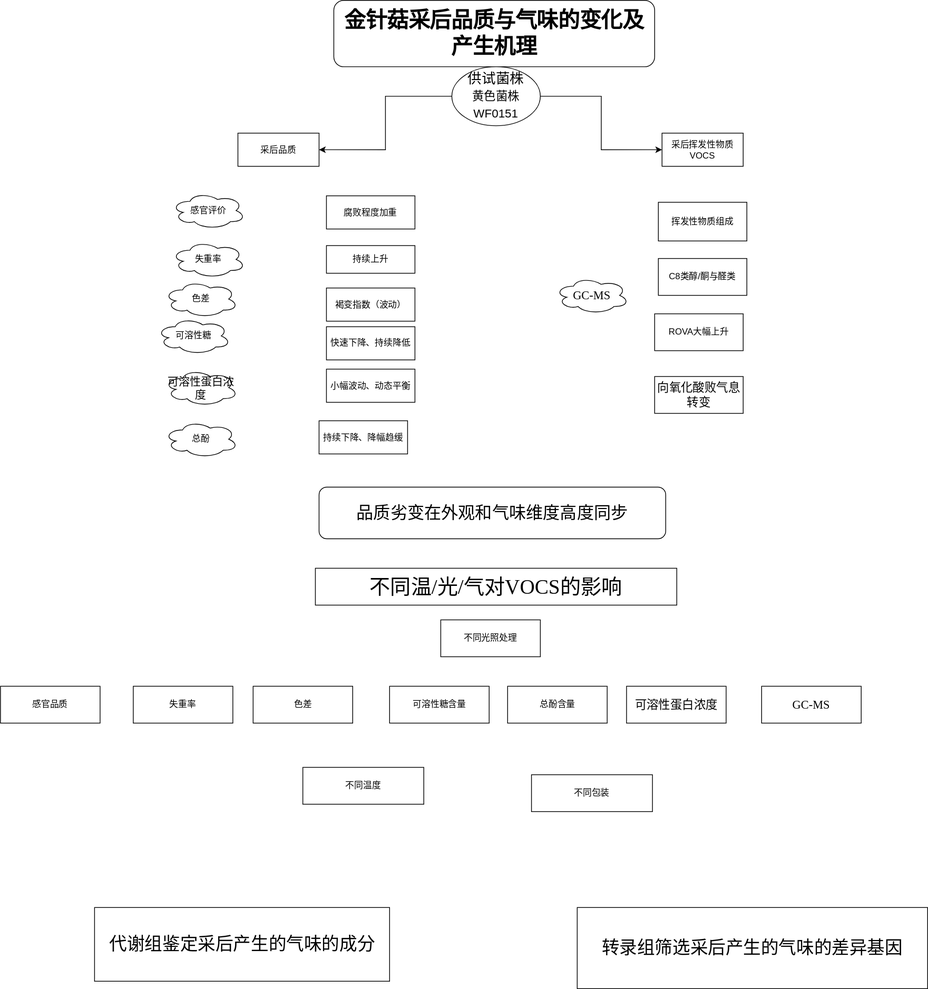
Earlier version of the draw.io export BBBY.svg (Darling-02-02/study). Source tidied: cells renumbered, new cells last; positions are measured from the earlier drawing's top-left corner, leaving out a move shared by most shapes.
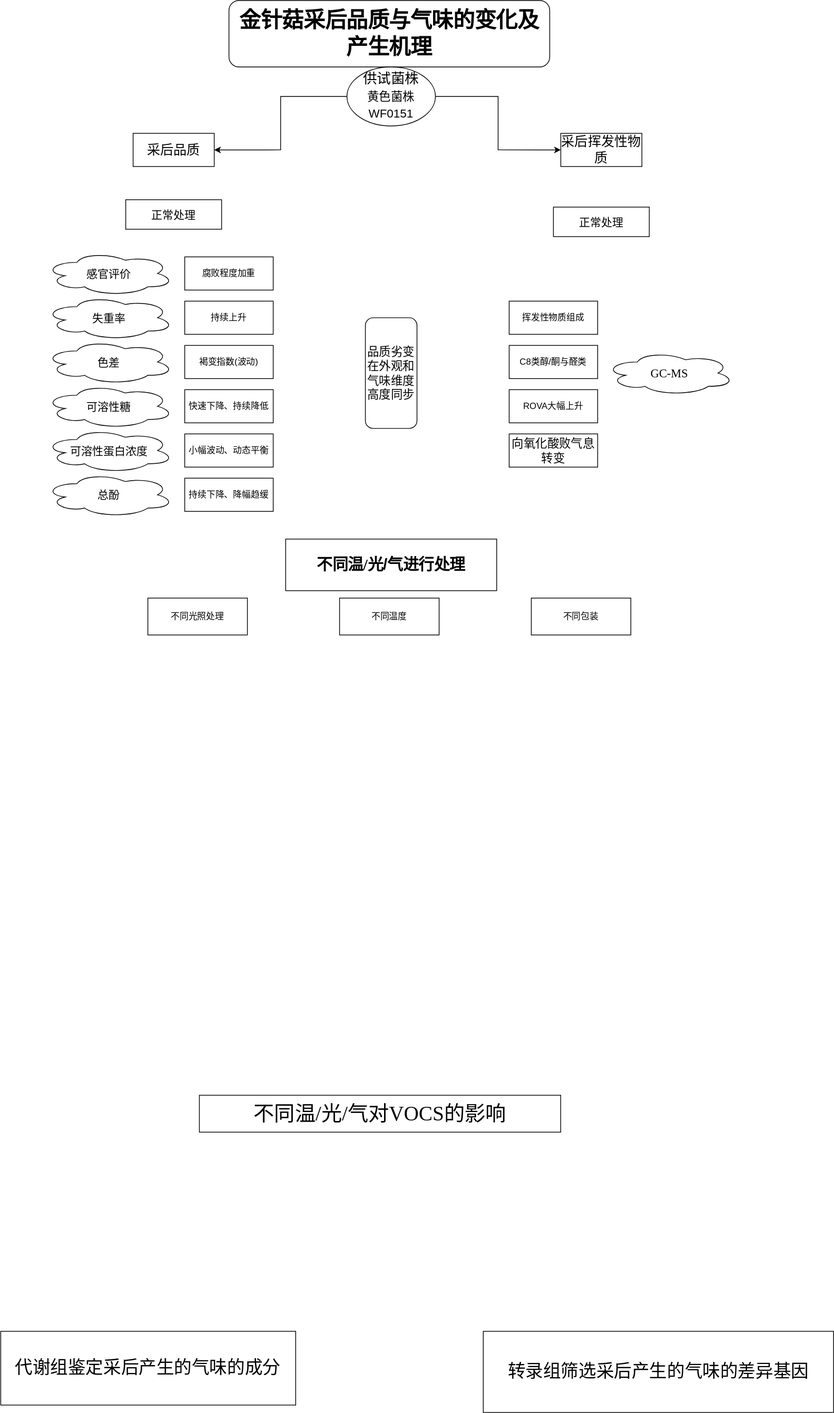
After the commit.

The edit, as a diff of the source:
```diff
@@ -5,116 +5,107 @@
     <mxCell id="2" value="&lt;b&gt;&lt;span style=&quot;font-size:22.0pt;font-family:黑体;&lt;br/&gt;mso-hansi-font-family:Calibri;mso-hansi-theme-font:minor-latin;mso-bidi-font-family:&lt;br/&gt;&amp;quot;Times New Roman&amp;quot;;mso-bidi-theme-font:minor-bidi;mso-font-kerning:1.0pt;&lt;br/&gt;mso-ansi-language:EN-US;mso-fareast-language:ZH-CN;mso-bidi-language:AR-SA&quot;&gt;金针菇采后品质与气味的变化及产生机理&lt;/span&gt;&lt;/b&gt;" style="rounded=1;whiteSpace=wrap;html=1;" parent="1" vertex="1">
       <mxGeometry x="452" width="435" height="90" as="geometry" />
     </mxCell>
-    <mxCell id="3" value="采后品质" style="rounded=0;whiteSpace=wrap;html=1;" parent="1" vertex="1">
+    <mxCell id="3" value="&lt;font style=&quot;font-size: 18px;&quot;&gt;采后品质&lt;/font&gt;" style="rounded=0;whiteSpace=wrap;html=1;" parent="1" vertex="1">
       <mxGeometry x="322" y="180" width="110" height="45" as="geometry" />
     </mxCell>
-    <mxCell id="4" value="采后挥发性物质VOCS" style="rounded=0;whiteSpace=wrap;html=1;" parent="1" vertex="1">
-      <mxGeometry x="897" y="180" width="110" height="45" as="geometry" />
-    </mxCell>
-    <mxCell id="5" value="感官评价" style="ellipse;shape=cloud;whiteSpace=wrap;html=1;" parent="1" vertex="1">
-      <mxGeometry x="232" y="260" width="100" height="50" as="geometry" />
-    </mxCell>
-    <mxCell id="6" value="失重率" style="ellipse;shape=cloud;whiteSpace=wrap;html=1;" parent="1" vertex="1">
-      <mxGeometry x="232" y="326.2" width="100" height="50" as="geometry" />
-    </mxCell>
-    <mxCell id="7" value="色差" style="ellipse;shape=cloud;whiteSpace=wrap;html=1;" parent="1" vertex="1">
-      <mxGeometry x="222" y="380" width="100" height="50" as="geometry" />
-    </mxCell>
-    <mxCell id="8" value="可溶性糖" style="ellipse;shape=cloud;whiteSpace=wrap;html=1;" parent="1" vertex="1">
-      <mxGeometry x="212" y="430" width="100" height="50" as="geometry" />
-    </mxCell>
     <mxCell id="9" value="&lt;span style=&quot;font-family: 黑体; text-transform: uppercase;&quot;&gt;&lt;font style=&quot;font-size: 15px;&quot;&gt;可溶性蛋白浓度&lt;/font&gt;&lt;/span&gt;" style="ellipse;shape=cloud;whiteSpace=wrap;html=1;" parent="1" vertex="1">
-      <mxGeometry x="222" y="500" width="100" height="50" as="geometry" />
+      <mxGeometry x="202" y="580" width="175" height="60" as="geometry" />
     </mxCell>
     <mxCell id="10" style="edgeStyle=orthogonalEdgeStyle;rounded=0;jettySize=auto;html=1;entryX=1;entryY=0.5;entryDx=0;entryDy=0;" parent="1" edge="1" source="12" target="3">
       <mxGeometry relative="1" as="geometry" />
     </mxCell>
-    <mxCell id="11" style="edgeStyle=orthogonalEdgeStyle;rounded=0;jettySize=auto;html=1;entryX=0;entryY=0.5;entryDx=0;entryDy=0;" parent="1" edge="1" source="12" target="4">
-      <mxGeometry relative="1" as="geometry" />
-    </mxCell>
+    <mxCell id="40" style="edgeStyle=orthogonalEdgeStyle;rounded=0;jettySize=auto;html=1;entryX=0;entryY=0.5;entryDx=0;entryDy=0;" parent="1" edge="1" source="12" target="45">
+      <mxGeometry relative="1" as="geometry" />
+    </mxCell>
     <mxCell id="12" value="&lt;font style=&quot;font-size: 19px;&quot;&gt;供试菌株&lt;/font&gt;&lt;div&gt;&lt;font style=&quot;font-size: 19px;&quot;&gt;&lt;span style=&quot;font-size:12.0pt;font-family:宋体;&lt;br/&gt;mso-ascii-font-family:&amp;quot;Times New Roman&amp;quot;;mso-fareast-theme-font:minor-fareast;&lt;br/&gt;mso-hansi-font-family:&amp;quot;Times New Roman&amp;quot;;mso-bidi-font-family:&amp;quot;Times New Roman&amp;quot;;&lt;br/&gt;mso-font-kerning:1.0pt;mso-ansi-language:EN-US;mso-fareast-language:ZH-CN;&lt;br/&gt;mso-bidi-language:AR-SA&quot;&gt;黄色菌株&lt;/span&gt;&lt;span lang=&quot;EN-US&quot; style=&quot;font-size:12.0pt;&lt;br/&gt;font-family:&amp;quot;Times New Roman&amp;quot;,serif;mso-fareast-font-family:宋体;mso-fareast-theme-font:&lt;br/&gt;minor-fareast;mso-font-kerning:1.0pt;mso-ansi-language:EN-US;mso-fareast-language:&lt;br/&gt;ZH-CN;mso-bidi-language:AR-SA&quot;&gt;WF0151&lt;/span&gt;&lt;/font&gt;&lt;/div&gt;" style="ellipse;whiteSpace=wrap;html=1;" parent="1" vertex="1">
       <mxGeometry x="612" y="90" width="120" height="80" as="geometry" />
     </mxCell>
-    <mxCell id="13" value="总酚" style="ellipse;shape=cloud;whiteSpace=wrap;html=1;" parent="1" vertex="1">
-      <mxGeometry x="222" y="570" width="100" height="50" as="geometry" />
-    </mxCell>
     <mxCell id="14" value="&lt;font face=&quot;Times New Roman&quot; style=&quot;font-size: 28px;&quot;&gt;不同温&lt;span lang=&quot;EN-US&quot; style=&quot;&quot;&gt;/&lt;/span&gt;光&lt;span lang=&quot;EN-US&quot; style=&quot;&quot;&gt;/&lt;/span&gt;气对&lt;span lang=&quot;EN-US&quot; style=&quot;&quot;&gt;VOCS&lt;/span&gt;的影响&lt;/font&gt;" style="rounded=0;whiteSpace=wrap;html=1;" parent="1" vertex="1">
-      <mxGeometry x="427" y="770" width="490" height="50" as="geometry" />
+      <mxGeometry x="411.9" y="1484" width="490" height="50" as="geometry" />
     </mxCell>
     <mxCell id="15" value="&lt;font style=&quot;font-size: 24px;&quot;&gt;代谢组鉴定采后产生的气味的成分&lt;/font&gt;" style="rounded=0;whiteSpace=wrap;html=1;" parent="1" vertex="1">
-      <mxGeometry x="127.6" y="1230" width="400" height="100" as="geometry" />
+      <mxGeometry x="142.5" y="1804" width="400" height="100" as="geometry" />
     </mxCell>
     <mxCell id="16" value="&lt;font style=&quot;font-size: 24px;&quot;&gt;转录组筛选采后产生的气味的差异基因&lt;/font&gt;" style="rounded=0;whiteSpace=wrap;html=1;" parent="1" vertex="1">
-      <mxGeometry x="782" y="1230" width="475" height="110" as="geometry" />
+      <mxGeometry x="796.9" y="1804" width="475" height="110" as="geometry" />
     </mxCell>
-    <mxCell id="17" value="&lt;span style=&quot;font-size:12.0pt;font-family:黑体;&amp;lt;br/&amp;gt;mso-ascii-font-family:&amp;quot;Times New Roman&amp;quot;;mso-hansi-font-family:&amp;quot;Times New Roman&amp;quot;;&amp;lt;br/&amp;gt;mso-bidi-font-family:&amp;quot;Times New Roman&amp;quot;;mso-bidi-theme-font:minor-bidi;&amp;lt;br/&amp;gt;mso-font-kerning:1.0pt;mso-ansi-language:EN-US;mso-fareast-language:ZH-CN;&amp;lt;br/&amp;gt;mso-bidi-language:AR-SA&quot;&gt;GC-MS&lt;/span&gt;" style="ellipse;shape=cloud;whiteSpace=wrap;html=1;" parent="1" vertex="1">
-      <mxGeometry x="752" y="375" width="100" height="50" as="geometry" />
-    </mxCell>
+    <mxCell id="23" value="持续下降、降幅趋缓" style="rounded=0;whiteSpace=wrap;html=1;" parent="1" vertex="1">
+      <mxGeometry x="392" y="647.5" width="120" height="45" as="geometry" />
+    </mxCell>
+    <mxCell id="28" value="&lt;font style=&quot;font-size: 16px;&quot;&gt;&lt;div style=&quot;text-align: center;&quot;&gt;品质劣变在外观和气味维度高度同步&lt;/div&gt;&lt;/font&gt;" style="rounded=1;whiteSpace=wrap;html=1;direction=south;" parent="1" vertex="1">
+      <mxGeometry x="637" y="430" width="70" height="150" as="geometry" />
+    </mxCell>
+    <mxCell id="29" style="edgeStyle=orthogonalEdgeStyle;rounded=0;orthogonalLoop=1;jettySize=auto;html=1;innerLoopWaypoints=1;exitX=0.5;exitY=1;exitDx=0;exitDy=0;" parent="1" edge="1">
+      <mxGeometry relative="1" as="geometry">
+        <mxPoint x="1106.3" y="462.5" as="sourcePoint" />
+        <mxPoint x="1106.3" y="462.5" as="targetPoint" />
+      </mxGeometry>
+    </mxCell>
+    <mxCell id="30" value="不同光照处理" style="rounded=0;whiteSpace=wrap;html=1;" parent="1" vertex="1">
+      <mxGeometry x="342" y="810" width="135" height="50" as="geometry" />
+    </mxCell>
+    <mxCell id="8" value="&lt;span style=&quot;font-family: 黑体; text-transform: uppercase;&quot;&gt;&lt;font style=&quot;font-size: 15px;&quot;&gt;可溶性糖&lt;/font&gt;&lt;/span&gt;" style="ellipse;shape=cloud;whiteSpace=wrap;html=1;" parent="1" vertex="1">
+      <mxGeometry x="202" y="520" width="175" height="60" as="geometry" />
+    </mxCell>
+    <mxCell id="13" value="&lt;span style=&quot;font-family: 黑体; text-transform: uppercase;&quot;&gt;&lt;font style=&quot;font-size: 15px;&quot;&gt;总酚&lt;/font&gt;&lt;/span&gt;" style="ellipse;shape=cloud;whiteSpace=wrap;html=1;" parent="1" vertex="1">
+      <mxGeometry x="202" y="640" width="175" height="60" as="geometry" />
+    </mxCell>
+    <mxCell id="41" value="&lt;span style=&quot;font-family: 黑体; text-transform: uppercase;&quot;&gt;&lt;font style=&quot;font-size: 15px;&quot;&gt;色差&lt;/font&gt;&lt;/span&gt;" style="ellipse;shape=cloud;whiteSpace=wrap;html=1;" parent="1" vertex="1">
+      <mxGeometry x="202" y="460" width="175" height="60" as="geometry" />
+    </mxCell>
+    <mxCell id="42" value="&lt;font face=&quot;黑体&quot;&gt;&lt;span style=&quot;font-size: 15px; text-transform: uppercase;&quot;&gt;失重率&lt;/span&gt;&lt;/font&gt;" style="ellipse;shape=cloud;whiteSpace=wrap;html=1;" parent="1" vertex="1">
+      <mxGeometry x="202" y="400" width="175" height="60" as="geometry" />
+    </mxCell>
+    <mxCell id="5" value="&lt;span style=&quot;font-family: 黑体; text-transform: uppercase;&quot;&gt;&lt;font style=&quot;font-size: 15px;&quot;&gt;感官评价&lt;/font&gt;&lt;/span&gt;" style="ellipse;shape=cloud;whiteSpace=wrap;html=1;" parent="1" vertex="1">
+      <mxGeometry x="202" y="340" width="175" height="60" as="geometry" />
+    </mxCell>
+    <mxCell id="22" value="小幅波动、动态平衡" style="rounded=0;whiteSpace=wrap;html=1;" parent="1" vertex="1">
+      <mxGeometry x="392" y="587.5" width="120" height="45" as="geometry" />
+    </mxCell>
+    <mxCell id="21" value="快速下降、持续降低" style="rounded=0;whiteSpace=wrap;html=1;" parent="1" vertex="1">
+      <mxGeometry x="392" y="527.5" width="120" height="45" as="geometry" />
+    </mxCell>
+    <mxCell id="43" value="褐变指数(波动)" style="rounded=0;whiteSpace=wrap;html=1;" parent="1" vertex="1">
+      <mxGeometry x="392" y="467.5" width="120" height="45" as="geometry" />
+    </mxCell>
+    <mxCell id="19" value="持续上升" style="rounded=0;whiteSpace=wrap;html=1;" parent="1" vertex="1">
+      <mxGeometry x="392" y="407.5" width="120" height="45" as="geometry" />
+    </mxCell>
     <mxCell id="18" value="腐败程度加重" style="rounded=0;whiteSpace=wrap;html=1;" parent="1" vertex="1">
-      <mxGeometry x="442" y="265" width="120" height="45" as="geometry" />
+      <mxGeometry x="392" y="347.5" width="120" height="45" as="geometry" />
     </mxCell>
-    <mxCell id="19" value="持续上升" style="rounded=0;whiteSpace=wrap;html=1;" parent="1" vertex="1">
-      <mxGeometry x="442" y="332.5" width="120" height="37.5" as="geometry" />
-    </mxCell>
-    <mxCell id="20" value="褐变指数（波动）" style="rounded=0;whiteSpace=wrap;html=1;" parent="1" vertex="1">
-      <mxGeometry x="442" y="390" width="120" height="45" as="geometry" />
-    </mxCell>
-    <mxCell id="21" value="快速下降、持续降低" style="rounded=0;whiteSpace=wrap;html=1;" parent="1" vertex="1">
-      <mxGeometry x="442" y="442.5" width="120" height="45" as="geometry" />
-    </mxCell>
-    <mxCell id="22" value="小幅波动、动态平衡" style="rounded=0;whiteSpace=wrap;html=1;" parent="1" vertex="1">
-      <mxGeometry x="442" y="500" width="120" height="45" as="geometry" />
-    </mxCell>
-    <mxCell id="23" value="持续下降、降幅趋缓" style="rounded=0;whiteSpace=wrap;html=1;" parent="1" vertex="1">
-      <mxGeometry x="432" y="570" width="120" height="45" as="geometry" />
-    </mxCell>
+    <mxCell id="44" value="&lt;font style=&quot;font-size: 15px;&quot;&gt;正常处理&lt;/font&gt;" style="rounded=0;whiteSpace=wrap;html=1;" parent="1" vertex="1">
+      <mxGeometry x="312" y="270" width="130" height="40" as="geometry" />
+    </mxCell>
+    <mxCell id="45" value="&lt;font style=&quot;font-size: 18px;&quot;&gt;采后挥发性物质&lt;/font&gt;" style="rounded=0;whiteSpace=wrap;html=1;" parent="1" vertex="1">
+      <mxGeometry x="902" y="180" width="110" height="45" as="geometry" />
+    </mxCell>
+    <mxCell id="46" value="&lt;span style=&quot;font-family: 黑体; font-size: 16px;&quot;&gt;GC-MS&lt;/span&gt;" style="ellipse;shape=cloud;whiteSpace=wrap;html=1;" parent="1" vertex="1">
+      <mxGeometry x="962" y="475" width="175" height="60" as="geometry" />
+    </mxCell>
     <mxCell id="24" value="挥发性物质组成" style="rounded=0;whiteSpace=wrap;html=1;" parent="1" vertex="1">
-      <mxGeometry x="892" y="273.8" width="120" height="52.5" as="geometry" />
+      <mxGeometry x="832" y="407.5" width="120" height="45" as="geometry" />
     </mxCell>
-    <mxCell id="25" value="&lt;div style=&quot;text-align: left;&quot;&gt;&lt;span style=&quot;background-color: rgb(255, 255, 255);&quot;&gt;&lt;font&gt;C8类醇/酮与醛类&lt;/font&gt;&lt;/span&gt;&lt;/div&gt;" style="rounded=0;whiteSpace=wrap;html=1;" parent="1" vertex="1">
-      <mxGeometry x="892" y="350" width="120" height="50" as="geometry" />
+    <mxCell id="25" value="&lt;span style=&quot;text-align: left; background-color: rgb(255, 255, 255);&quot;&gt;C8类醇/酮与醛类&lt;/span&gt;" style="rounded=0;whiteSpace=wrap;html=1;" parent="1" vertex="1">
+      <mxGeometry x="832" y="467.5" width="120" height="45" as="geometry" />
     </mxCell>
-    <mxCell id="26" value="&lt;div style=&quot;text-align: left;&quot;&gt;&lt;span style=&quot;background-color: rgb(255, 255, 255);&quot;&gt;&lt;font&gt;ROVA大幅上升&lt;/font&gt;&lt;/span&gt;&lt;/div&gt;" style="rounded=0;whiteSpace=wrap;html=1;" parent="1" vertex="1">
-      <mxGeometry x="887" y="425" width="120" height="50" as="geometry" />
+    <mxCell id="26" value="ROVA大幅上升" style="rounded=0;whiteSpace=wrap;html=1;" parent="1" vertex="1">
+      <mxGeometry x="832" y="527.5" width="120" height="45" as="geometry" />
     </mxCell>
-    <mxCell id="27" value="&lt;div style=&quot;&quot;&gt;&lt;font face=&quot;宋体&quot;&gt;&lt;span style=&quot;font-size: 16px;&quot;&gt;向氧化酸败气息转变&lt;/span&gt;&lt;/font&gt;&lt;/div&gt;" style="rounded=0;whiteSpace=wrap;html=1;align=center;" parent="1" vertex="1">
-      <mxGeometry x="887" y="510" width="120" height="50" as="geometry" />
+    <mxCell id="27" value="&lt;span style=&quot;font-family: 宋体; font-size: 16px;&quot;&gt;向氧化酸败气息转变&lt;/span&gt;" style="rounded=0;whiteSpace=wrap;html=1;" parent="1" vertex="1">
+      <mxGeometry x="832" y="587.5" width="120" height="45" as="geometry" />
     </mxCell>
-    <mxCell id="28" value="&lt;font style=&quot;&quot;&gt;&lt;br&gt;&lt;div style=&quot;text-align: justify;&quot;&gt;&lt;span style=&quot;font-family: 宋体; font-size: 23px; background-color: transparent; color: light-dark(rgb(0, 0, 0), rgb(255, 255, 255));&quot;&gt;品质劣变在外观和气味维度高度同步&lt;/span&gt;&lt;/div&gt;&lt;br&gt;&lt;/font&gt;" style="rounded=1;whiteSpace=wrap;html=1;" parent="1" vertex="1">
-      <mxGeometry x="432" y="660" width="470" height="70" as="geometry" />
-    </mxCell>
-    <mxCell id="29" style="edgeStyle=orthogonalEdgeStyle;rounded=0;orthogonalLoop=1;jettySize=auto;html=1;innerLoopWaypoints=1;exitX=0.5;exitY=1;exitDx=0;exitDy=0;" parent="1" edge="1" source="25" target="25">
-      <mxGeometry relative="1" as="geometry" />
-    </mxCell>
-    <mxCell id="30" value="不同光照处理" style="rounded=0;whiteSpace=wrap;html=1;" parent="1" vertex="1">
-      <mxGeometry x="597" y="840" width="135" height="50" as="geometry" />
-    </mxCell>
-    <mxCell id="31" value="感官品质" style="rounded=0;whiteSpace=wrap;html=1;" parent="1" vertex="1">
-      <mxGeometry x="0.1" y="930" width="135" height="50" as="geometry" />
-    </mxCell>
-    <mxCell id="32" value="失重率" style="rounded=0;whiteSpace=wrap;html=1;" parent="1" vertex="1">
-      <mxGeometry x="180.1" y="930" width="135" height="50" as="geometry" />
-    </mxCell>
-    <mxCell id="33" value="色差" style="rounded=0;whiteSpace=wrap;html=1;" parent="1" vertex="1">
-      <mxGeometry x="342.6" y="930" width="135" height="50" as="geometry" />
-    </mxCell>
-    <mxCell id="34" value="可溶性糖含量" style="rounded=0;whiteSpace=wrap;html=1;" parent="1" vertex="1">
-      <mxGeometry x="527.6" y="930" width="135" height="50" as="geometry" />
-    </mxCell>
-    <mxCell id="35" value="总酚含量" style="rounded=0;whiteSpace=wrap;html=1;" parent="1" vertex="1">
-      <mxGeometry x="687.6" y="930" width="135" height="50" as="geometry" />
-    </mxCell>
-    <mxCell id="36" value="&lt;span style=&quot;font-size:12.0pt;font-family:黑体;&lt;br/&gt;mso-ascii-font-family:&amp;quot;Times New Roman&amp;quot;;mso-hansi-font-family:&amp;quot;Times New Roman&amp;quot;;&lt;br/&gt;mso-bidi-font-family:&amp;quot;Times New Roman&amp;quot;;mso-font-kerning:1.0pt;mso-ansi-language:&lt;br/&gt;EN-US;mso-fareast-language:ZH-CN;mso-bidi-language:AR-SA&quot;&gt;可溶性蛋白浓度&lt;/span&gt;" style="rounded=0;whiteSpace=wrap;html=1;" parent="1" vertex="1">
-      <mxGeometry x="848.9" y="930" width="135" height="50" as="geometry" />
-    </mxCell>
-    <mxCell id="37" value="&lt;span style=&quot;font-size:12.0pt;font-family:黑体;&amp;lt;br/&amp;gt;mso-ascii-font-family:&amp;quot;Times New Roman&amp;quot;;mso-hansi-font-family:&amp;quot;Times New Roman&amp;quot;;&amp;lt;br/&amp;gt;mso-bidi-font-family:&amp;quot;Times New Roman&amp;quot;;mso-font-kerning:1.0pt;mso-ansi-language:&amp;lt;br/&amp;gt;EN-US;mso-fareast-language:ZH-CN;mso-bidi-language:AR-SA&quot;&gt;GC-MS&lt;/span&gt;" style="rounded=0;whiteSpace=wrap;html=1;" parent="1" vertex="1">
-      <mxGeometry x="1032" y="930" width="135" height="50" as="geometry" />
-    </mxCell>
+    <mxCell id="47" value="&lt;font style=&quot;font-size: 15px;&quot;&gt;正常处理&lt;/font&gt;" style="rounded=0;whiteSpace=wrap;html=1;" parent="1" vertex="1">
+      <mxGeometry x="892" y="280" width="130" height="40" as="geometry" />
+    </mxCell>
+    <mxCell id="48" value="&lt;b&gt;&lt;span style=&quot;font-size:16.0pt;font-family:黑体;&amp;lt;br/&amp;gt;mso-ascii-font-family:&amp;quot;Times New Roman&amp;quot;;mso-hansi-font-family:&amp;quot;Times New Roman&amp;quot;;&amp;lt;br/&amp;gt;mso-bidi-font-family:&amp;quot;Times New Roman&amp;quot;;mso-font-kerning:1.0pt;mso-ansi-language:&amp;lt;br/&amp;gt;EN-US;mso-fareast-language:ZH-CN;mso-bidi-language:AR-SA&quot;&gt;不同温&lt;/span&gt;&lt;span lang=&quot;EN-US&quot; style=&quot;font-size:16.0pt;font-family:&amp;quot;Times New Roman&amp;quot;,serif;&amp;lt;br/&amp;gt;mso-fareast-font-family:黑体;mso-font-kerning:1.0pt;mso-ansi-language:EN-US;&amp;lt;br/&amp;gt;mso-fareast-language:ZH-CN;mso-bidi-language:AR-SA&quot;&gt;/&lt;/span&gt;&lt;span style=&quot;font-size:16.0pt;font-family:黑体;mso-ascii-font-family:&amp;quot;Times New Roman&amp;quot;;&amp;lt;br/&amp;gt;mso-hansi-font-family:&amp;quot;Times New Roman&amp;quot;;mso-bidi-font-family:&amp;quot;Times New Roman&amp;quot;;&amp;lt;br/&amp;gt;mso-font-kerning:1.0pt;mso-ansi-language:EN-US;mso-fareast-language:ZH-CN;&amp;lt;br/&amp;gt;mso-bidi-language:AR-SA&quot;&gt;光&lt;/span&gt;&lt;span lang=&quot;EN-US&quot; style=&quot;font-size:16.0pt;&amp;lt;br/&amp;gt;font-family:&amp;quot;Times New Roman&amp;quot;,serif;mso-fareast-font-family:黑体;mso-font-kerning:&amp;lt;br/&amp;gt;1.0pt;mso-ansi-language:EN-US;mso-fareast-language:ZH-CN;mso-bidi-language:&amp;lt;br/&amp;gt;AR-SA&quot;&gt;/&lt;/span&gt;&lt;span style=&quot;font-size:16.0pt;font-family:黑体;mso-ascii-font-family:&amp;lt;br/&amp;gt;&amp;quot;Times New Roman&amp;quot;;mso-hansi-font-family:&amp;quot;Times New Roman&amp;quot;;mso-bidi-font-family:&amp;lt;br/&amp;gt;&amp;quot;Times New Roman&amp;quot;;mso-font-kerning:1.0pt;mso-ansi-language:EN-US;mso-fareast-language:&amp;lt;br/&amp;gt;ZH-CN;mso-bidi-language:AR-SA&quot;&gt;气进行处理&lt;/span&gt;&lt;/b&gt;" style="rounded=0;whiteSpace=wrap;html=1;" parent="1" vertex="1">
+      <mxGeometry x="528.9" y="730" width="286.1" height="70" as="geometry" />
+    </mxCell>
     <mxCell id="38" value="不同温度" style="rounded=0;whiteSpace=wrap;html=1;" parent="1" vertex="1">
-      <mxGeometry x="410" y="1040" width="164" height="50" as="geometry" />
+      <mxGeometry x="602" y="810" width="135" height="50" as="geometry" />
     </mxCell>
     <mxCell id="39" value="不同包装" style="rounded=0;whiteSpace=wrap;html=1;" parent="1" vertex="1">
-      <mxGeometry x="720" y="1050" width="164" height="50" as="geometry" />
+      <mxGeometry x="862" y="810" width="135" height="50" as="geometry" />
     </mxCell>
   </root>
 </mxGraphModel>
```
